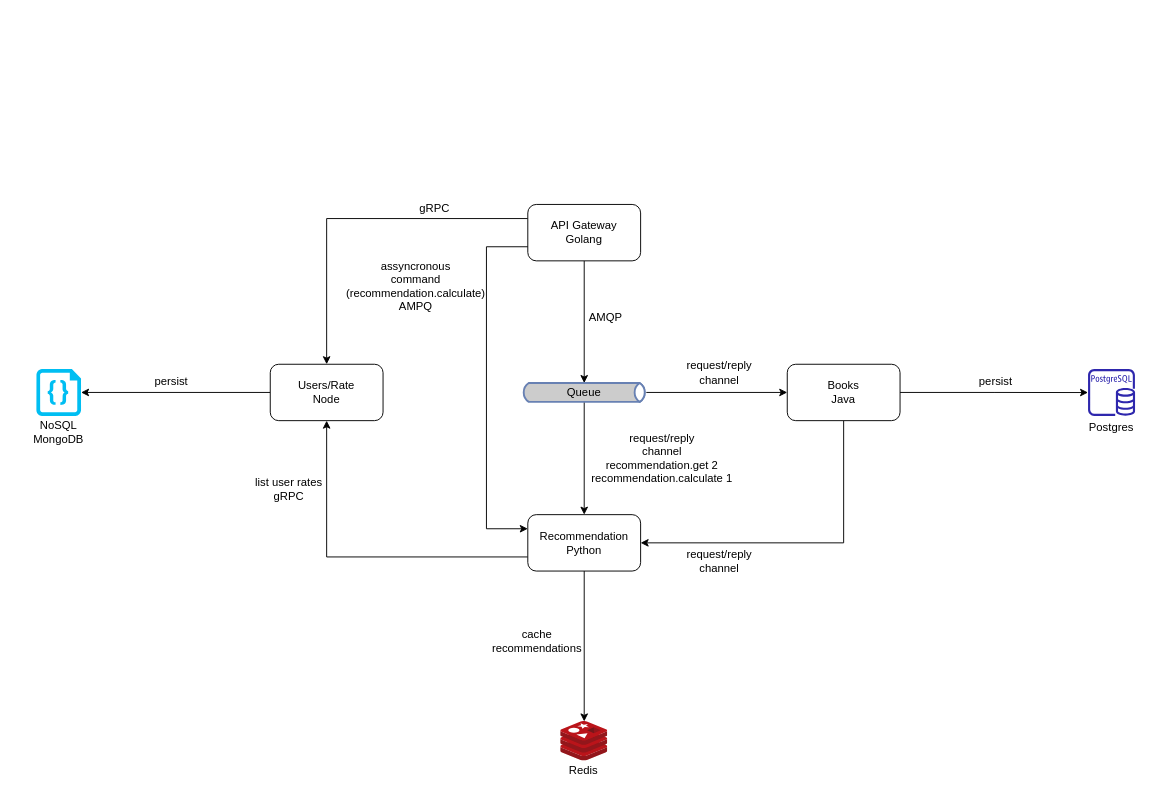
Above: architecture/book-recommendations.drawio in juliocesarscheidt/book-recommendations-v2 (draw.io), before the change. Source tidied: cells renumbered, new cells numbered last; positions are measured from the earlier drawing's top-left corner, leaving out a move shared by most shapes. Both pictures are drawn from the tidied source at 94%, with x=0, y=0 at pixel (16, 199).
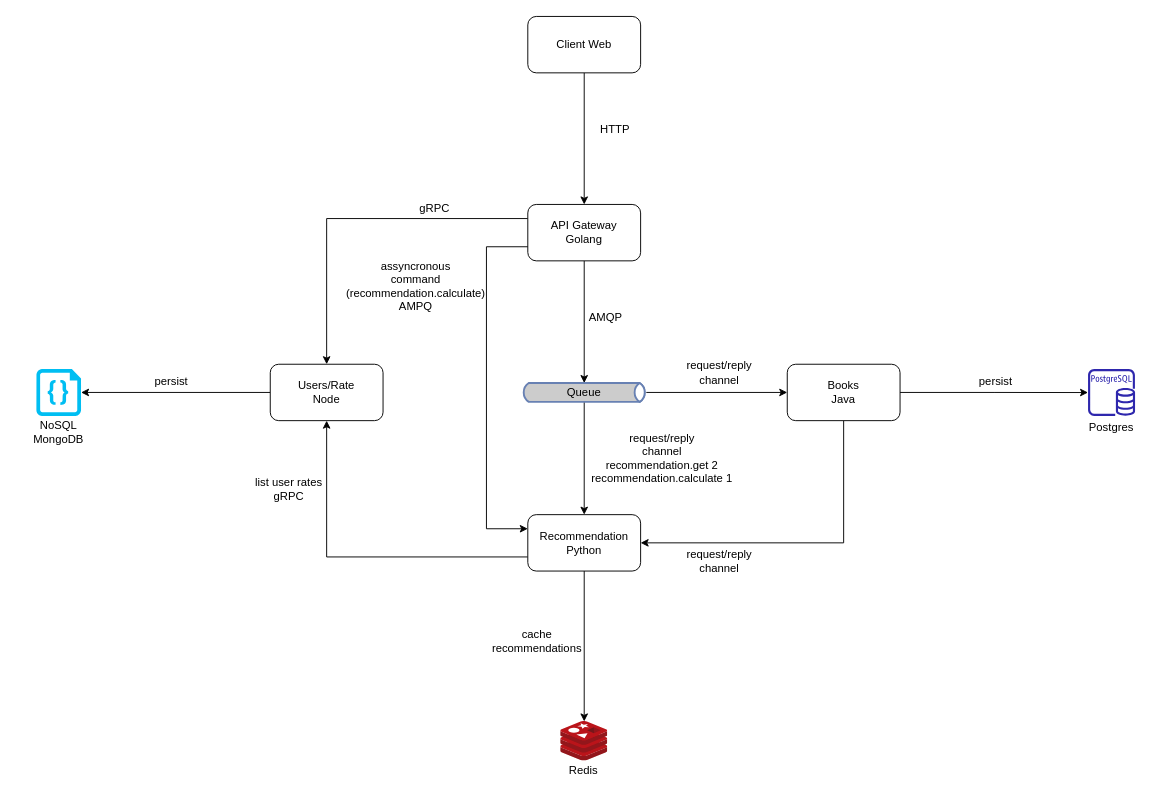
After the change.

The change refers to these unchanged cells:
```xml
<mxCell id="4" value="API Gateway&lt;br&gt;Golang" style="rounded=1;whiteSpace=wrap;html=1;" parent="1" vertex="1">
  <mxGeometry x="544" y="5" width="120" height="60" as="geometry" />
</mxCell>
```

Change to the diagram source:
```diff
@@
+    <mxCell id="34" style="edgeStyle=orthogonalEdgeStyle;rounded=0;jettySize=auto;html=1;entryX=0.5;entryY=0;entryDx=0;entryDy=0;" parent="1" edge="1" source="35" target="4">
+      <mxGeometry relative="1" as="geometry" />
+    </mxCell>
+    <mxCell id="35" value="Client Web" style="rounded=1;whiteSpace=wrap;html=1;" parent="1" vertex="1">
+      <mxGeometry x="544" y="-195" width="120" height="60" as="geometry" />
+    </mxCell>
+    <mxCell id="36" value="HTTP" style="text;html=1;strokeColor=none;fillColor=none;align=center;verticalAlign=middle;whiteSpace=wrap;rounded=0;" parent="1" vertex="1">
+      <mxGeometry x="604" y="-85" width="66" height="20" as="geometry" />
+    </mxCell>
```
